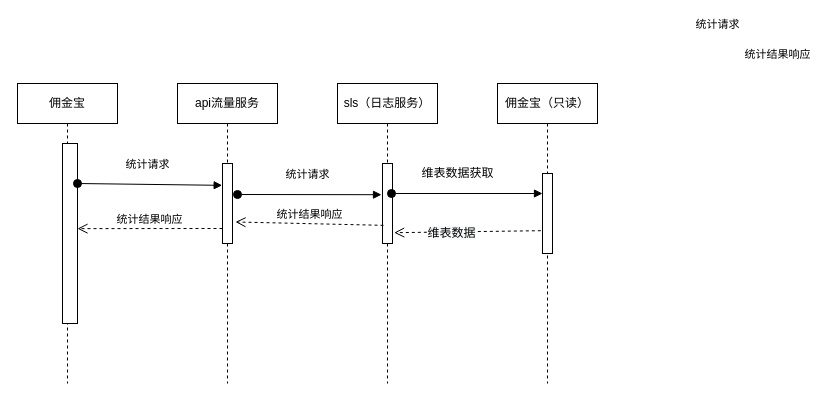
Above: page "Page-2" (2 of 3) of Untitled Diagram.drawio in zhuobinchan/my_drow_io (draw.io), before the change. Source tidied: cells renumbered, new cells numbered last; positions are measured from the earlier drawing's top-left corner, leaving out a move shared by most shapes. Both pictures are drawn from the tidied source at 100%, with x=0, y=0 at pixel (17, 83).
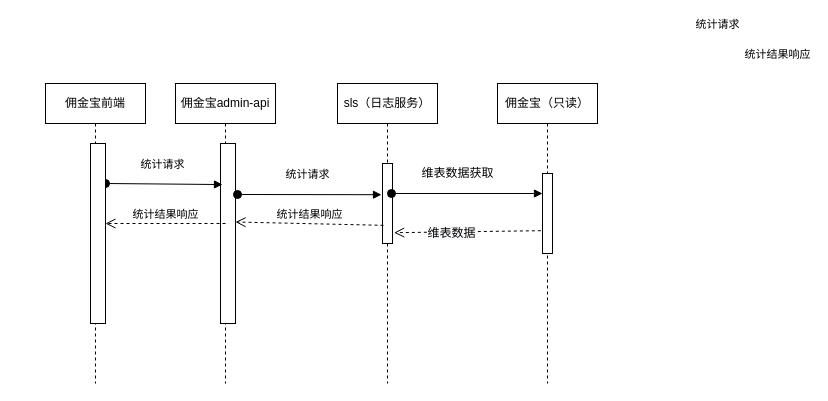
After the change.

The change refers to these unchanged cells:
```xml
<mxCell id="3" style="html=1;points=[];perimeter=orthogonalPerimeter;" parent="2" vertex="1">
  <mxGeometry x="45" y="60" width="15" height="180" as="geometry" />
</mxCell>
<mxCell id="8" style="html=1;points=[];perimeter=orthogonalPerimeter;" parent="7" vertex="1">
  <mxGeometry x="45" y="80" width="10" height="80" as="geometry" />
</mxCell>
```

Diff of the diagram source:
```diff
@@
-    <mxCell id="2" value="佣金宝" style="shape=umlLifeline;perimeter=lifelinePerimeter;whiteSpace=wrap;html=1;" parent="1" vertex="1">
-      <mxGeometry width="100" height="300" as="geometry" />
+    <mxCell id="2" value="佣金宝admin-api" style="shape=umlLifeline;perimeter=lifelinePerimeter;whiteSpace=wrap;html=1;" parent="1" vertex="1">
+      <mxGeometry x="158" width="100" height="300" as="geometry" />
     </mxCell>
@@
-    <mxCell id="4" value="统计请求" style="html=1;verticalAlign=bottom;startArrow=oval;startFill=1;endArrow=block;startSize=8;entryX=-0.033;entryY=0.273;entryDx=0;entryDy=0;entryPerimeter=0;" parent="2" edge="1" target="6">
+    <mxCell id="4" value="统计请求" style="html=1;verticalAlign=bottom;startArrow=oval;startFill=1;endArrow=block;startSize=8;entryX=0.133;entryY=0.228;entryDx=0;entryDy=0;entryPerimeter=0;" parent="2" edge="1" target="3">
       <mxGeometry x="-0.03" y="11" relative="1" as="geometry">
-        <mxPoint x="60" y="100" as="sourcePoint" />
+        <mxPoint x="-70" y="100" as="sourcePoint" />
       </mxGeometry>
     </mxCell>
-    <mxCell id="5" value="api流量服务" style="shape=umlLifeline;perimeter=lifelinePerimeter;whiteSpace=wrap;html=1;" parent="1" vertex="1">
-      <mxGeometry x="160" width="100" height="300" as="geometry" />
-    </mxCell>
-    <mxCell id="6" style="html=1;points=[];perimeter=orthogonalPerimeter;" parent="5" vertex="1">
-      <mxGeometry x="45" y="80" width="10" height="80" as="geometry" />
-    </mxCell>
+    <mxCell id="11" value="统计结果响应" style="html=1;verticalAlign=bottom;endArrow=open;dashed=1;endSize=8;entryX=1.3;entryY=0.731;entryDx=0;entryDy=0;entryPerimeter=0;" parent="2" edge="1">
+      <mxGeometry relative="1" as="geometry">
+        <mxPoint x="50" y="140" as="sourcePoint" />
+        <mxPoint x="-70" y="140" as="targetPoint" />
+      </mxGeometry>
+    </mxCell>
@@
-    <mxCell id="11" value="统计结果响应" style="html=1;verticalAlign=bottom;endArrow=open;dashed=1;endSize=8;entryX=1;entryY=0.473;entryDx=0;entryDy=0;entryPerimeter=0;" parent="1" edge="1" target="3">
-      <mxGeometry relative="1" as="geometry">
-        <mxPoint x="205" y="145" as="sourcePoint" />
-      </mxGeometry>
-    </mxCell>
@@
-    <mxCell id="13" value="统计结果响应" style="html=1;verticalAlign=bottom;endArrow=open;dashed=1;endSize=8;entryX=1.3;entryY=0.731;entryDx=0;entryDy=0;entryPerimeter=0;exitX=0.1;exitY=0.773;exitDx=0;exitDy=0;exitPerimeter=0;" parent="1" edge="1" source="8" target="6">
-      <mxGeometry relative="1" as="geometry" />
+    <mxCell id="13" value="统计结果响应" style="html=1;verticalAlign=bottom;endArrow=open;dashed=1;endSize=8;entryX=1.3;entryY=0.731;entryDx=0;entryDy=0;entryPerimeter=0;exitX=0.1;exitY=0.773;exitDx=0;exitDy=0;exitPerimeter=0;" parent="1" edge="1" source="8">
+      <mxGeometry relative="1" as="geometry">
+        <mxPoint x="218" y="138.5" as="targetPoint" />
+      </mxGeometry>
     </mxCell>
@@
+    <mxCell id="18" value="佣金宝前端" style="shape=umlLifeline;perimeter=lifelinePerimeter;whiteSpace=wrap;html=1;" parent="1" vertex="1">
+      <mxGeometry x="28" width="100" height="300" as="geometry" />
+    </mxCell>
+    <mxCell id="19" style="html=1;perimeter=orthogonalPerimeter;" parent="18" vertex="1">
+      <mxGeometry x="45" y="60" width="15" height="180" as="geometry" />
+    </mxCell>
```
